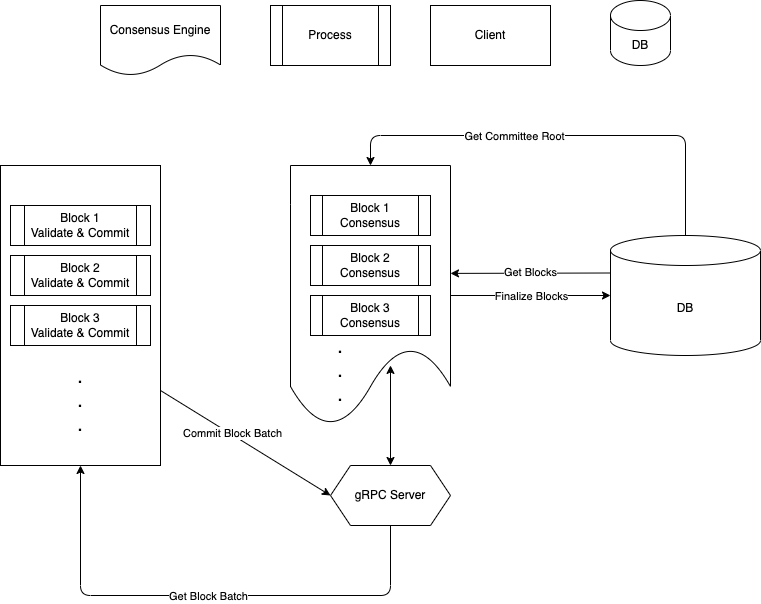
Lagrange-Labs/lsc-node keeps this draw.io diagram as docs/batchblock.drawio.png. Above is the earlier version. Source tidied: cells renumbered, new cells last; positions are measured from the earlier drawing's top-left corner, leaving out a move shared by most shapes.
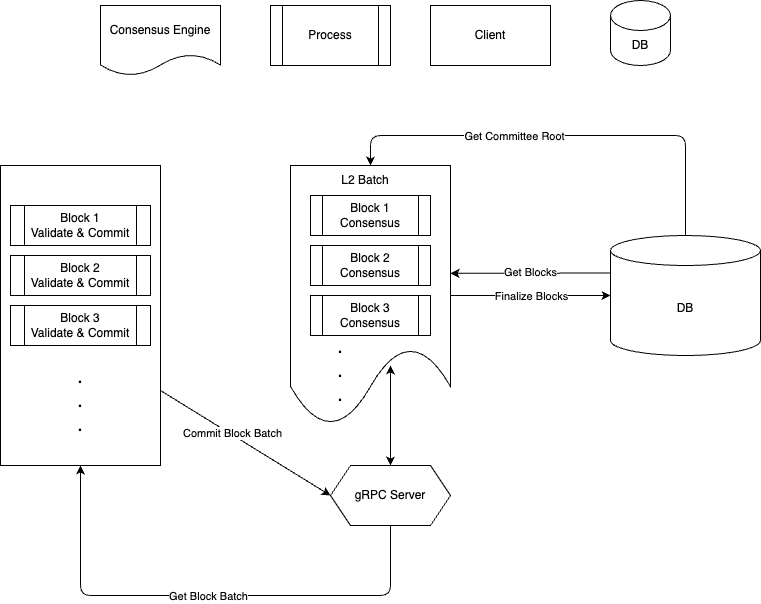
Above is the later version.

Change to the diagram source:
```diff
@@ -97,5 +97,8 @@
     <mxCell id="28" value="&lt;font style=&quot;font-size: 20px;&quot;&gt;.&lt;br&gt;.&lt;br&gt;.&lt;/font&gt;" style="text;html=1;strokeColor=none;fillColor=none;align=center;verticalAlign=middle;whiteSpace=wrap;rounded=0;" parent="1" vertex="1">
       <mxGeometry x="50" y="385" width="60" height="30" as="geometry" />
     </mxCell>
+    <mxCell id="29" value="L2 Batch" style="text;html=1;strokeColor=none;fillColor=none;align=center;verticalAlign=middle;whiteSpace=wrap;rounded=0;" parent="1" vertex="1">
+      <mxGeometry x="335" y="165" width="60" height="30" as="geometry" />
+    </mxCell>
   </root>
 </mxGraphModel>
```
